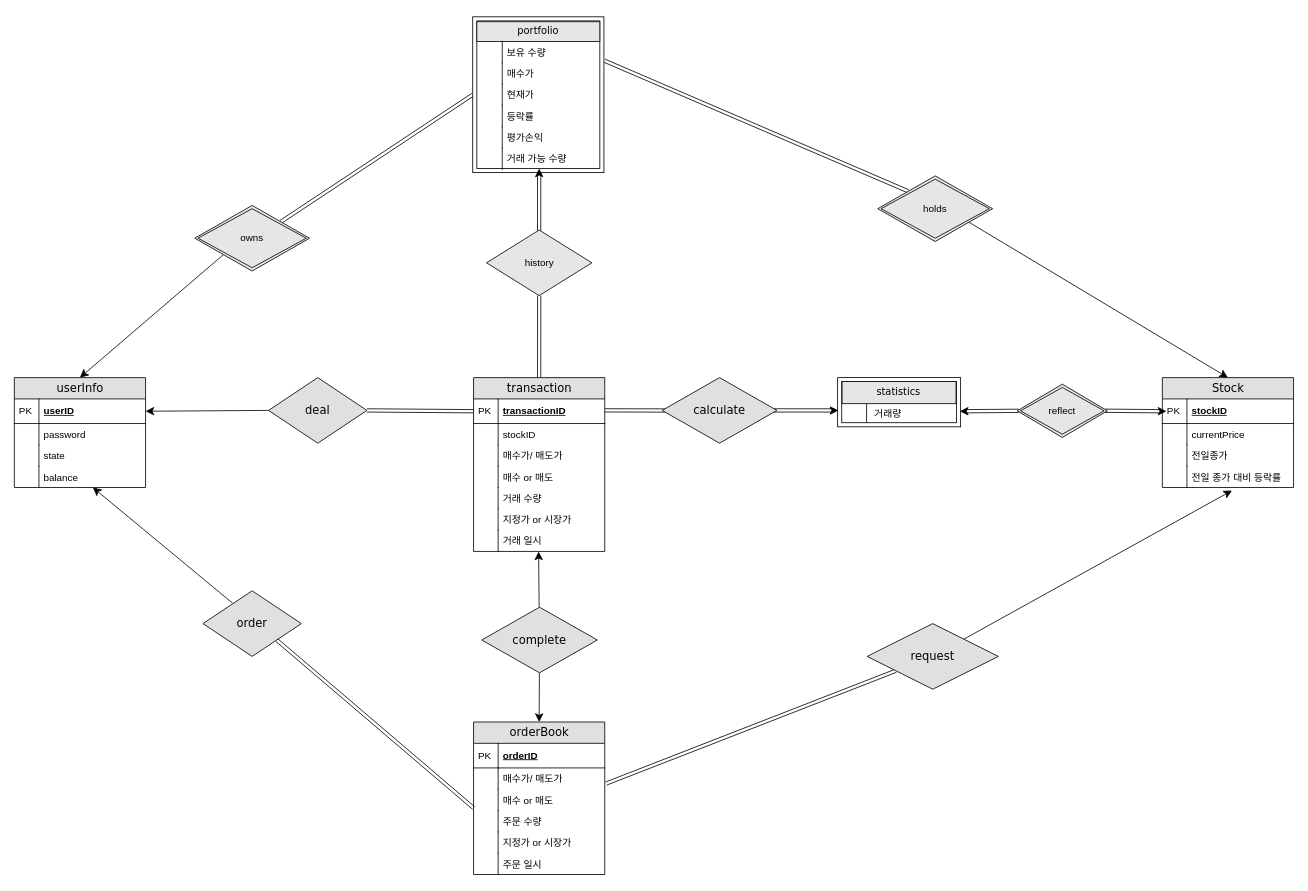
The draw.io diagram page "ER diagram" (2 of 4) of 제목 없는 다이어그램.drawio in juri1135/DBMS_2024, before the edit. Source tidied: cells renumbered, new cells numbered last; positions are measured from the earlier drawing's top-left corner, leaving out a move shared by most shapes. Both pictures are drawn from the tidied source at 82%, with x=0, y=0 at pixel (14, 16).
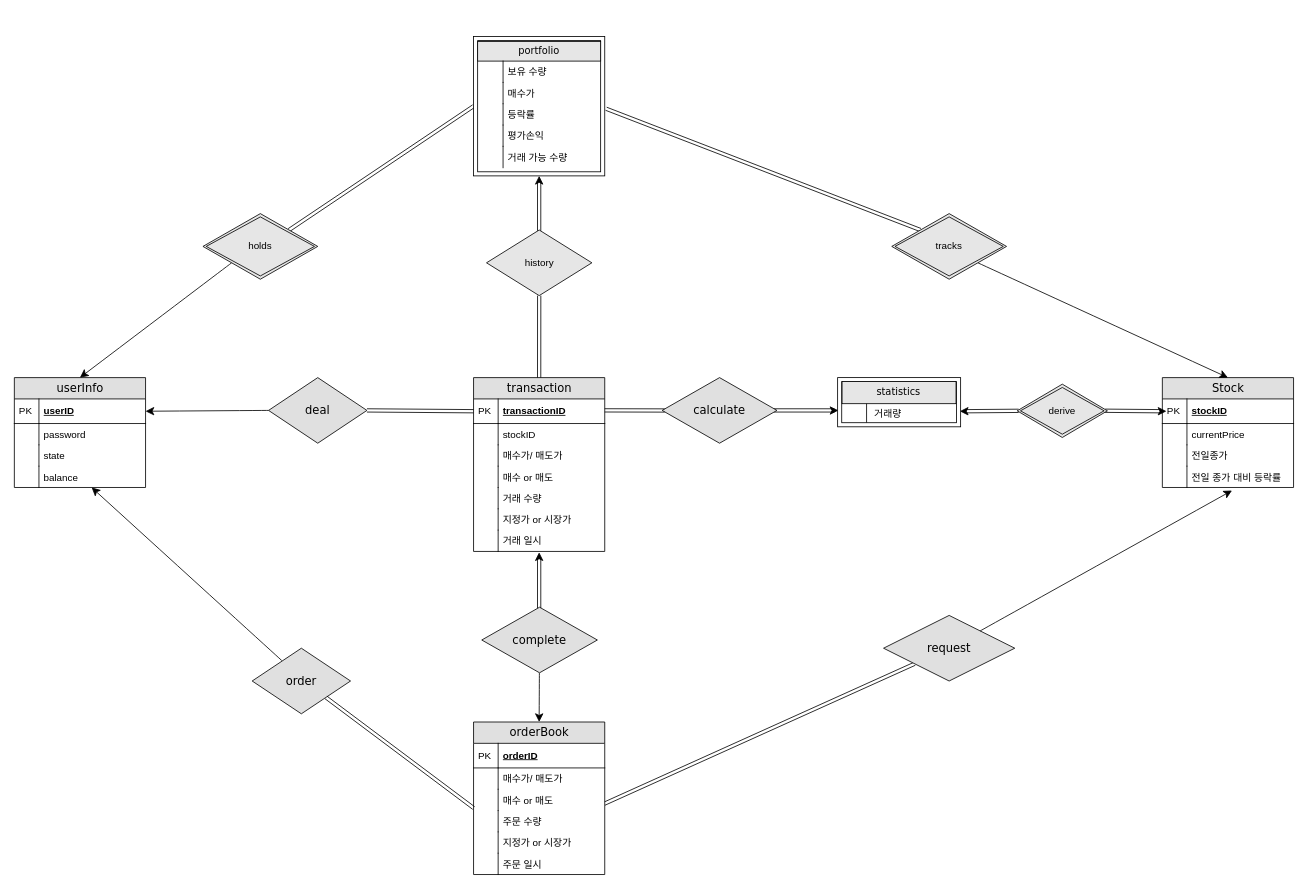
After the change.

The change refers to these unchanged cells:
```xml
<mxCell id="15" value="거래 일시&lt;div&gt;&lt;br&gt;&lt;/div&gt;" style="shape=partialRectangle;top=0;left=0;right=0;bottom=0;html=1;align=left;verticalAlign=top;fillColor=none;spacingLeft=34;spacingRight=4;whiteSpace=wrap;overflow=hidden;points=[[0,0.5],[1,0.5]];portConstraint=eastwest;" parent="2" vertex="1">
  <mxGeometry y="186" width="160" height="26" as="geometry" />
</mxCell>
<mxCell id="23" value="매수 or 매도" style="shape=partialRectangle;top=0;left=0;right=0;bottom=0;html=1;align=left;verticalAlign=top;fillColor=none;spacingLeft=34;spacingRight=4;whiteSpace=wrap;overflow=hidden;points=[[0,0.5],[1,0.5]];portConstraint=eastwest;" parent="18" vertex="1">
  <mxGeometry y="82" width="160" height="26" as="geometry" />
</mxCell>
<mxCell id="31" value="Stock" style="swimlane;html=1;fontStyle=0;horizontal=1;startSize=26;fillColor=#e0e0e0;swimlaneFillColor=#ffffff;align=center;rounded=0;shadow=0;comic=0;labelBackgroundColor=none;strokeWidth=1;fontFamily=Verdana;fontSize=14;" parent="1" vertex="1">
  <mxGeometry x="1400" y="440" width="160" height="134" as="geometry" />
</mxCell>
```

What changed in the source:
```diff
@@
-    <mxCell id="17" style="edgeStyle=none;curved=1;rounded=0;jettySize=auto;html=1;fontSize=12;exitX=1.01;exitY=0.683;exitDx=0;exitDy=0;exitPerimeter=0;shape=link;" parent="1" edge="1" target="55">
-      <mxGeometry relative="1" as="geometry">
-        <mxPoint x="721.6" y="935.1" as="sourcePoint" />
-      </mxGeometry>
+    <mxCell id="17" style="edgeStyle=none;curved=1;rounded=0;jettySize=auto;html=1;fontSize=12;exitX=0.996;exitY=0.682;exitDx=0;exitDy=0;exitPerimeter=0;shape=link;" parent="1" edge="1" source="23" target="55">
+      <mxGeometry relative="1" as="geometry" />
     </mxCell>
@@
     <mxCell id="53" value="order" style="rhombus;whiteSpace=wrap;html=1;fontSize=14;fontFamily=Verdana;fillColor=#e0e0e0;fontStyle=0;startSize=26;swimlaneFillColor=#ffffff;rounded=0;shadow=0;comic=0;labelBackgroundColor=none;strokeWidth=1;" parent="1" vertex="1">
-      <mxGeometry x="230" y="700" width="120" height="80" as="geometry" />
+      <mxGeometry x="290" y="770" width="120" height="80" as="geometry" />
     </mxCell>
-    <mxCell id="54" style="edgeStyle=none;curved=1;rounded=0;jettySize=auto;html=1;entryX=0.5;entryY=0;entryDx=0;entryDy=0;fontSize=12;startSize=8;endSize=8;" parent="1" edge="1" target="31">
-      <mxGeometry relative="1" as="geometry">
-        <mxPoint x="1164.1" y="250.5" as="sourcePoint" />
-      </mxGeometry>
+    <mxCell id="54" style="edgeStyle=none;curved=1;rounded=0;jettySize=auto;html=1;entryX=0.5;entryY=0;entryDx=0;entryDy=0;fontSize=12;startSize=8;endSize=8;exitX=1;exitY=1;exitDx=0;exitDy=0;" parent="1" edge="1" source="96" target="31">
+      <mxGeometry relative="1" as="geometry" />
     </mxCell>
     <mxCell id="55" value="request" style="rhombus;whiteSpace=wrap;html=1;fontSize=14;fontFamily=Verdana;fillColor=#e0e0e0;fontStyle=0;startSize=26;swimlaneFillColor=#ffffff;rounded=0;shadow=0;comic=0;labelBackgroundColor=none;strokeWidth=1;" parent="1" vertex="1">
-      <mxGeometry x="1040" y="740" width="160" height="80" as="geometry" />
+      <mxGeometry x="1060" y="730" width="160" height="80" as="geometry" />
     </mxCell>
@@
-    <mxCell id="66" style="endArrow=none;html=1;rounded=0;fontSize=12;curved=1;shape=link;exitX=0.966;exitY=0.903;exitDx=0;exitDy=0;exitPerimeter=0;" parent="1" edge="1" source="73">
-      <mxGeometry relative="1" as="geometry">
-        <mxPoint x="1090.1" y="212.8" as="targetPoint" />
-      </mxGeometry>
+    <mxCell id="66" style="endArrow=none;html=1;rounded=0;fontSize=12;curved=1;shape=link;exitX=0.973;exitY=1.235;exitDx=0;exitDy=0;entryX=0;entryY=0;entryDx=0;entryDy=0;exitPerimeter=0;" parent="1" edge="1" source="75" target="96">
+      <mxGeometry relative="1" as="geometry" />
     </mxCell>
@@
     <mxCell id="70" value="&lt;div style=&quot;line-height: 120%;&quot;&gt;&lt;br&gt;&lt;/div&gt;" style="shape=ext;margin=3;double=1;whiteSpace=wrap;html=1;align=center;" parent="1" vertex="1">
-      <mxGeometry x="559" width="160" height="190" as="geometry" />
+      <mxGeometry x="560" y="24" width="160" height="170" as="geometry" />
     </mxCell>
     <mxCell id="71" value="&lt;font face=&quot;Verdana&quot;&gt;&lt;br&gt;&lt;span style=&quot;color: rgb(0, 0, 0); font-size: 12px; font-style: normal; font-variant-ligatures: normal; font-variant-caps: normal; font-weight: 400; letter-spacing: normal; orphans: 2; text-indent: 0px; text-transform: none; widows: 2; word-spacing: 0px; -webkit-text-stroke-width: 0px; white-space: normal; text-decoration-thickness: initial; text-decoration-style: initial; text-decoration-color: initial; float: none; display: inline !important; background-color: rgb(230, 230, 230);&quot;&gt;portfolio&lt;/span&gt;&lt;/font&gt;&lt;div&gt;&lt;br&gt;&lt;/div&gt;" style="rounded=0;whiteSpace=wrap;html=1;rotation=0;align=center;fillColor=#E6E6E6;" parent="1" vertex="1">
-      <mxGeometry x="564" y="6" width="150" height="24" as="geometry" />
+      <mxGeometry x="565" y="30" width="150" height="24" as="geometry" />
     </mxCell>
-    <mxCell id="72" style="group;rotation=0;" parent="1" vertex="1">
-      <mxGeometry x="565" y="30" width="149" height="156" as="geometry" />
-    </mxCell>
-    <mxCell id="73" value="보유 수량" style="shape=partialRectangle;top=0;left=0;right=0;bottom=0;html=1;align=left;verticalAlign=top;fillColor=none;spacingLeft=34;spacingRight=4;whiteSpace=wrap;overflow=hidden;points=[[0,0.5],[1,0.5]];portConstraint=eastwest;" parent="72" vertex="1">
-      <mxGeometry width="160" height="26" as="geometry" />
-    </mxCell>
-    <mxCell id="74" style="shape=partialRectangle;top=0;left=0;bottom=0;html=1;fillColor=none;align=left;verticalAlign=top;spacingLeft=4;spacingRight=4;whiteSpace=wrap;overflow=hidden;" parent="73" vertex="1">
-      <mxGeometry width="30" height="26" as="geometry" />
-    </mxCell>
-    <mxCell id="75" value="매수가" style="shape=partialRectangle;top=0;left=0;right=0;bottom=0;html=1;align=left;verticalAlign=top;fillColor=none;spacingLeft=34;spacingRight=4;whiteSpace=wrap;overflow=hidden;points=[[0,0.5],[1,0.5]];portConstraint=eastwest;" parent="72" vertex="1">
-      <mxGeometry y="26" width="160" height="26" as="geometry" />
-    </mxCell>
-    <mxCell id="76" style="shape=partialRectangle;top=0;left=0;bottom=0;html=1;fillColor=none;align=left;verticalAlign=top;spacingLeft=4;spacingRight=4;whiteSpace=wrap;overflow=hidden;" parent="75" vertex="1">
-      <mxGeometry width="30" height="26" as="geometry" />
-    </mxCell>
-    <mxCell id="77" value="현재가" style="shape=partialRectangle;top=0;left=0;right=0;bottom=0;html=1;align=left;verticalAlign=top;fillColor=none;spacingLeft=34;spacingRight=4;whiteSpace=wrap;overflow=hidden;" parent="72" vertex="1">
-      <mxGeometry y="52" width="160" height="26" as="geometry" />
-    </mxCell>
-    <mxCell id="78" style="shape=partialRectangle;top=0;left=0;bottom=0;html=1;fillColor=none;align=left;verticalAlign=top;spacingLeft=4;spacingRight=4;whiteSpace=wrap;overflow=hidden;" parent="77" vertex="1">
-      <mxGeometry width="30" height="26" as="geometry" />
-    </mxCell>
-    <mxCell id="79" value="등락률" style="shape=partialRectangle;top=0;left=0;right=0;bottom=0;html=1;align=left;verticalAlign=top;fillColor=none;spacingLeft=34;spacingRight=4;whiteSpace=wrap;overflow=hidden;" parent="72" vertex="1">
-      <mxGeometry y="78" width="160" height="26" as="geometry" />
-    </mxCell>
-    <mxCell id="80" style="shape=partialRectangle;top=0;left=0;bottom=0;html=1;fillColor=none;align=left;verticalAlign=top;spacingLeft=4;spacingRight=4;whiteSpace=wrap;overflow=hidden;" parent="79" vertex="1">
-      <mxGeometry width="30" height="26" as="geometry" />
-    </mxCell>
-    <mxCell id="81" value="평가손익" style="shape=partialRectangle;top=0;left=0;right=0;bottom=0;html=1;align=left;verticalAlign=top;fillColor=none;spacingLeft=34;spacingRight=4;whiteSpace=wrap;overflow=hidden;" parent="72" vertex="1">
-      <mxGeometry y="104" width="160" height="26" as="geometry" />
-    </mxCell>
-    <mxCell id="82" style="shape=partialRectangle;top=0;left=0;bottom=0;html=1;fillColor=none;align=left;verticalAlign=top;spacingLeft=4;spacingRight=4;whiteSpace=wrap;overflow=hidden;" parent="81" vertex="1">
-      <mxGeometry width="30" height="26" as="geometry" />
-    </mxCell>
-    <mxCell id="83" value="거래 가능 수량" style="shape=partialRectangle;top=0;left=0;right=0;bottom=0;html=1;align=left;verticalAlign=top;fillColor=none;spacingLeft=34;spacingRight=4;whiteSpace=wrap;overflow=hidden;" parent="72" vertex="1">
-      <mxGeometry y="130" width="160" height="26" as="geometry" />
-    </mxCell>
-    <mxCell id="84" style="shape=partialRectangle;top=0;left=0;bottom=0;html=1;fillColor=none;align=left;verticalAlign=top;spacingLeft=4;spacingRight=4;whiteSpace=wrap;overflow=hidden;" parent="83" vertex="1">
-      <mxGeometry width="30" height="26" as="geometry" />
-    </mxCell>
-    <mxCell id="85" value="owns" style="shape=rhombus;double=1;perimeter=rhombusPerimeter;whiteSpace=wrap;html=1;align=center;fillColor=#E6E6E6;" parent="1" vertex="1">
-      <mxGeometry x="220" y="230" width="140" height="80" as="geometry" />
+    <mxCell id="85" value="holds" style="shape=rhombus;double=1;perimeter=rhombusPerimeter;whiteSpace=wrap;html=1;align=center;fillColor=#E6E6E6;" parent="1" vertex="1">
+      <mxGeometry x="230" y="240" width="140" height="80" as="geometry" />
     </mxCell>
@@
-    <mxCell id="91" value="reflect" style="shape=rhombus;double=1;perimeter=rhombusPerimeter;whiteSpace=wrap;html=1;align=center;fillColor=#E6E6E6;" parent="1" vertex="1">
+    <mxCell id="91" value="derive" style="shape=rhombus;double=1;perimeter=rhombusPerimeter;whiteSpace=wrap;html=1;align=center;fillColor=#E6E6E6;" parent="1" vertex="1">
       <mxGeometry x="1223" y="448" width="110" height="65" as="geometry" />
     </mxCell>
@@
-    <mxCell id="95" style="edgeStyle=none;curved=1;rounded=0;jettySize=auto;html=1;fontSize=12;startSize=8;endSize=8;entryX=0.496;entryY=1.002;entryDx=0;entryDy=0;entryPerimeter=0;" parent="1" edge="1" target="15">
-      <mxGeometry relative="1" as="geometry">
-        <mxPoint x="640" y="720" as="sourcePoint" />
-      </mxGeometry>
-    </mxCell>
-    <mxCell id="96" value="holds" style="shape=rhombus;double=1;perimeter=rhombusPerimeter;whiteSpace=wrap;html=1;align=center;fillColor=#E6E6E6;" parent="1" vertex="1">
-      <mxGeometry x="1053" y="194" width="140" height="80" as="geometry" />
+    <mxCell id="96" value="tracks" style="shape=rhombus;double=1;perimeter=rhombusPerimeter;whiteSpace=wrap;html=1;align=center;fillColor=#E6E6E6;" parent="1" vertex="1">
+      <mxGeometry x="1070" y="240" width="140" height="80" as="geometry" />
     </mxCell>
-    <mxCell id="97" style="edgeStyle=none;curved=1;rounded=0;orthogonalLoop=1;jettySize=auto;html=1;exitX=1;exitY=0;exitDx=0;exitDy=0;fontSize=12;startSize=8;endSize=8;" parent="1" edge="1" source="96" target="96">
-      <mxGeometry relative="1" as="geometry" />
-    </mxCell>
@@
     <mxCell id="99" style="group;rotation=-90;" parent="1" vertex="1">
-      <mxGeometry x="601" y="224" width="78.7" height="0.1" as="geometry" />
+      <mxGeometry x="600" y="235" width="78.7" height="0.1" as="geometry" />
     </mxCell>
     <mxCell id="100" style="endArrow=classic;html=1;rounded=0;fontSize=12;startSize=8;endSize=8;curved=1;exitX=0.099;exitY=0.035;exitDx=0;exitDy=0;exitPerimeter=0;entryX=0;entryY=0.5;entryDx=0;entryDy=0;" parent="99" edge="1">
       <mxGeometry relative="1" as="geometry">
-        <mxPoint x="39" y="-32" as="sourcePoint" />
-        <mxPoint x="39" y="-39" as="targetPoint" />
+        <mxPoint x="40" y="-34" as="sourcePoint" />
+        <mxPoint x="40" y="-41" as="targetPoint" />
       </mxGeometry>
     </mxCell>
-    <mxCell id="101" style="edgeStyle=none;curved=1;rounded=0;orthogonalLoop=1;jettySize=auto;html=1;fontSize=12;shape=link;strokeColor=default;exitX=0.5;exitY=0;exitDx=0;exitDy=0;" parent="1" edge="1">
+    <mxCell id="101" style="edgeStyle=none;curved=1;rounded=0;orthogonalLoop=1;jettySize=auto;html=1;fontSize=12;shape=link;strokeColor=default;" parent="1" edge="1">
       <mxGeometry relative="1" as="geometry">
         <mxPoint x="640" y="261" as="sourcePoint" />
-        <mxPoint x="640" y="190" as="targetPoint" />
+        <mxPoint x="640" y="201" as="targetPoint" />
       </mxGeometry>
     </mxCell>
+    <mxCell id="73" value="보유 수량" style="shape=partialRectangle;top=0;left=0;right=0;bottom=0;html=1;align=left;verticalAlign=top;fillColor=none;spacingLeft=34;spacingRight=4;whiteSpace=wrap;overflow=hidden;points=[[0,0.5],[1,0.5]];portConstraint=eastwest;" parent="1" vertex="1">
+      <mxGeometry x="566" y="54" width="160" height="26" as="geometry" />
+    </mxCell>
+    <mxCell id="74" style="shape=partialRectangle;top=0;left=0;bottom=0;html=1;fillColor=none;align=left;verticalAlign=top;spacingLeft=4;spacingRight=4;whiteSpace=wrap;overflow=hidden;" parent="73" vertex="1">
+      <mxGeometry width="30" height="26" as="geometry" />
+    </mxCell>
+    <mxCell id="75" value="매수가" style="shape=partialRectangle;top=0;left=0;right=0;bottom=0;html=1;align=left;verticalAlign=top;fillColor=none;spacingLeft=34;spacingRight=4;whiteSpace=wrap;overflow=hidden;points=[[0,0.5],[1,0.5]];portConstraint=eastwest;" parent="1" vertex="1">
+      <mxGeometry x="566" y="80" width="160" height="26" as="geometry" />
+    </mxCell>
+    <mxCell id="76" style="shape=partialRectangle;top=0;left=0;bottom=0;html=1;fillColor=none;align=left;verticalAlign=top;spacingLeft=4;spacingRight=4;whiteSpace=wrap;overflow=hidden;" parent="75" vertex="1">
+      <mxGeometry width="30" height="26" as="geometry" />
+    </mxCell>
+    <mxCell id="79" value="등락률" style="shape=partialRectangle;top=0;left=0;right=0;bottom=0;html=1;align=left;verticalAlign=top;fillColor=none;spacingLeft=34;spacingRight=4;whiteSpace=wrap;overflow=hidden;" parent="1" vertex="1">
+      <mxGeometry x="566" y="106" width="160" height="26" as="geometry" />
+    </mxCell>
+    <mxCell id="80" style="shape=partialRectangle;top=0;left=0;bottom=0;html=1;fillColor=none;align=left;verticalAlign=top;spacingLeft=4;spacingRight=4;whiteSpace=wrap;overflow=hidden;" parent="79" vertex="1">
+      <mxGeometry width="30" height="26" as="geometry" />
+    </mxCell>
+    <mxCell id="81" value="평가손익" style="shape=partialRectangle;top=0;left=0;right=0;bottom=0;html=1;align=left;verticalAlign=top;fillColor=none;spacingLeft=34;spacingRight=4;whiteSpace=wrap;overflow=hidden;" parent="1" vertex="1">
+      <mxGeometry x="566" y="132" width="160" height="26" as="geometry" />
+    </mxCell>
+    <mxCell id="82" style="shape=partialRectangle;top=0;left=0;bottom=0;html=1;fillColor=none;align=left;verticalAlign=top;spacingLeft=4;spacingRight=4;whiteSpace=wrap;overflow=hidden;" parent="81" vertex="1">
+      <mxGeometry width="30" height="26" as="geometry" />
+    </mxCell>
+    <mxCell id="83" value="거래 가능 수량" style="shape=partialRectangle;top=0;left=0;right=0;bottom=0;html=1;align=left;verticalAlign=top;fillColor=none;spacingLeft=34;spacingRight=4;whiteSpace=wrap;overflow=hidden;" parent="1" vertex="1">
+      <mxGeometry x="566" y="158" width="160" height="26" as="geometry" />
+    </mxCell>
+    <mxCell id="84" style="shape=partialRectangle;top=0;left=0;bottom=0;html=1;fillColor=none;align=left;verticalAlign=top;spacingLeft=4;spacingRight=4;whiteSpace=wrap;overflow=hidden;" parent="83" vertex="1">
+      <mxGeometry width="30" height="26" as="geometry" />
+    </mxCell>
+    <mxCell id="102" style="group;rotation=-90;" parent="1" vertex="1">
+      <mxGeometry x="600" y="694" width="78.7" height="0.1" as="geometry" />
+    </mxCell>
+    <mxCell id="103" style="endArrow=classic;html=1;rounded=0;fontSize=12;startSize=8;endSize=8;curved=1;exitX=0.099;exitY=0.035;exitDx=0;exitDy=0;exitPerimeter=0;entryX=0;entryY=0.5;entryDx=0;entryDy=0;" parent="102" edge="1">
+      <mxGeometry relative="1" as="geometry">
+        <mxPoint x="40" y="-34" as="sourcePoint" />
+        <mxPoint x="40" y="-41" as="targetPoint" />
+      </mxGeometry>
+    </mxCell>
+    <mxCell id="104" style="edgeStyle=none;curved=1;rounded=0;orthogonalLoop=1;jettySize=auto;html=1;fontSize=12;shape=link;strokeColor=default;" parent="1" edge="1">
+      <mxGeometry relative="1" as="geometry">
+        <mxPoint x="640" y="721" as="sourcePoint" />
+        <mxPoint x="640" y="660" as="targetPoint" />
+      </mxGeometry>
+    </mxCell>
```
